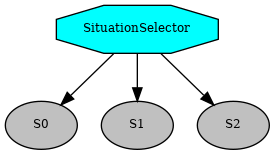
Before: behavior_tree.png, a diagram exported from Graphviz (Laiting20021202/HMR_NAV_BT). Its source is kept beside it as behavior_tree.dot. The source it was exported from:
```dot
digraph pastafarianism {
ordering=out;
graph [fontname="times-roman"];
node [fontname="times-roman"];
edge [fontname="times-roman"];
SituationSelector [fillcolor=cyan, fontcolor=black, fontsize=9, label=SituationSelector, shape=octagon, style=filled];
S0 [fillcolor=gray, fontcolor=black, fontsize=9, label=S0, shape=ellipse, style=filled];
SituationSelector -> S0;
S1 [fillcolor=gray, fontcolor=black, fontsize=9, label=S1, shape=ellipse, style=filled];
SituationSelector -> S1;
S2 [fillcolor=gray, fontcolor=black, fontsize=9, label=S2, shape=ellipse, style=filled];
SituationSelector -> S2;
}
```
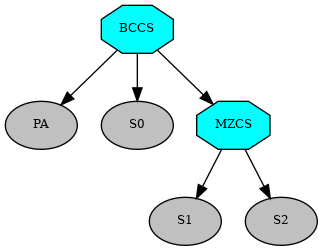
After the commit.

The edit, as a diff of the source:
```diff
@@ -3,11 +3,15 @@
 graph [fontname="times-roman"];
 node [fontname="times-roman"];
 edge [fontname="times-roman"];
-SituationSelector [fillcolor=cyan, fontcolor=black, fontsize=9, label=SituationSelector, shape=octagon, style=filled];
+BCCS [fillcolor=cyan, fontcolor=black, fontsize=9, label=BCCS, shape=octagon, style=filled];
+PA [fillcolor=gray, fontcolor=black, fontsize=9, label=PA, shape=ellipse, style=filled];
+BCCS -> PA;
 S0 [fillcolor=gray, fontcolor=black, fontsize=9, label=S0, shape=ellipse, style=filled];
-SituationSelector -> S0;
+BCCS -> S0;
+MZCS [fillcolor=cyan, fontcolor=black, fontsize=9, label=MZCS, shape=octagon, style=filled];
+BCCS -> MZCS;
 S1 [fillcolor=gray, fontcolor=black, fontsize=9, label=S1, shape=ellipse, style=filled];
-SituationSelector -> S1;
+MZCS -> S1;
 S2 [fillcolor=gray, fontcolor=black, fontsize=9, label=S2, shape=ellipse, style=filled];
-SituationSelector -> S2;
+MZCS -> S2;
 }
```
